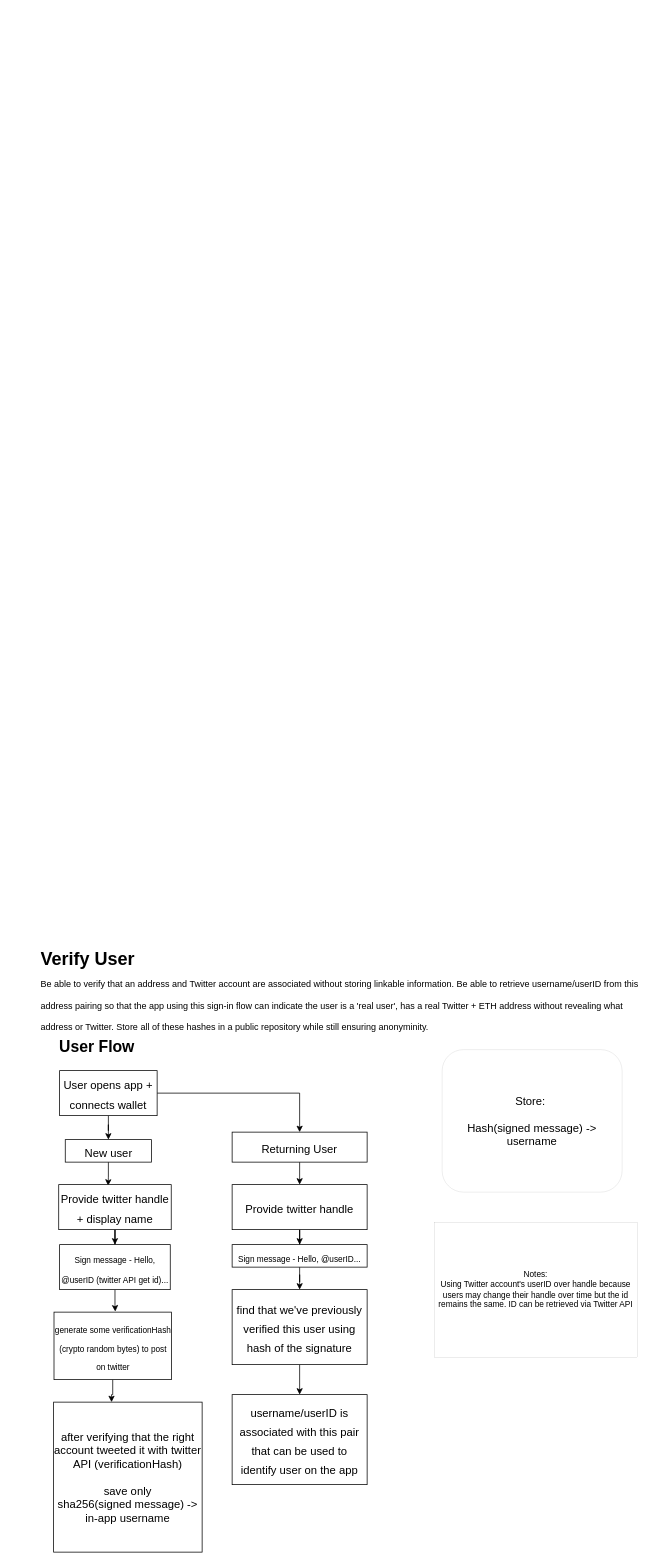
Earlier version of the draw.io diagram verify-user.drawio (straightupjac/verify-user). Source tidied: cells renumbered, new cells numbered last; positions are measured from the earlier drawing's top-left corner, leaving out a move shared by most shapes. Both pictures are drawn from the tidied source at 75%, with x=0, y=0 at pixel (37, 944).
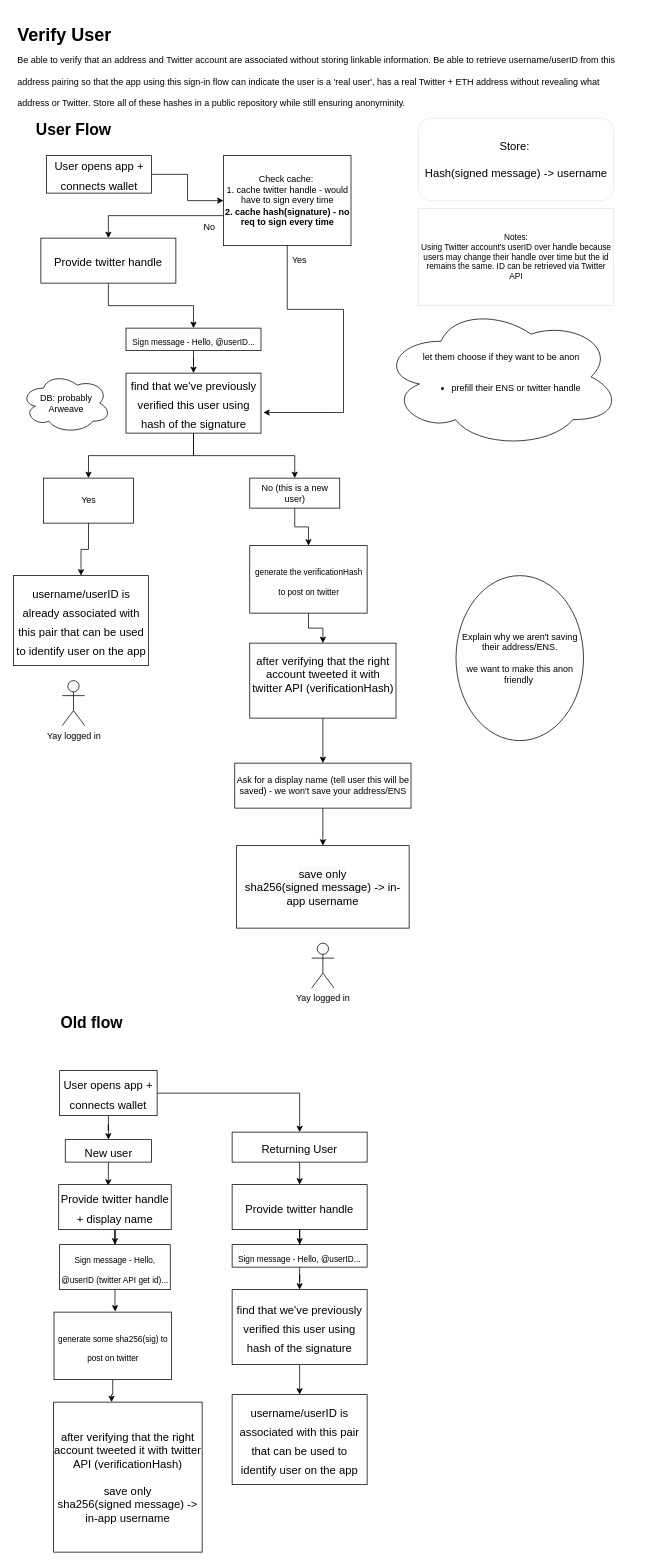
Above is the later version.

The edit, as a diff of the source:
```diff
@@
     <mxCell id="2" value="&lt;h1&gt;&lt;span style=&quot;background-color: initial;&quot;&gt;Verify User&lt;br&gt;&lt;/span&gt;&lt;span style=&quot;font-size: 12px; font-weight: 400;&quot;&gt;Be able to verify that an address and Twitter account are associated without storing linkable information. Be able to retrieve username/userID from this address pairing so that the app using this sign-in flow can indicate the user is a 'real user', has a real Twitter + ETH address without revealing what address or Twitter. Store all of these hashes in a public repository while still ensuring anonyminity.&lt;/span&gt;&lt;/h1&gt;" style="text;html=1;strokeColor=none;fillColor=none;spacing=5;spacingTop=-20;whiteSpace=wrap;overflow=hidden;rounded=0;" parent="1" vertex="1">
-      <mxGeometry width="810" height="120" as="geometry" />
+      <mxGeometry x="-31.5" y="-1232" width="810" height="120" as="geometry" />
     </mxCell>
     <mxCell id="3" value="&lt;b&gt;&lt;font style=&quot;font-size: 21px;&quot;&gt;User Flow&lt;/font&gt;&lt;/b&gt;" style="text;html=1;strokeColor=none;fillColor=none;align=center;verticalAlign=middle;whiteSpace=wrap;rounded=0;" parent="1" vertex="1">
-      <mxGeometry y="120" width="160" height="30" as="geometry" />
+      <mxGeometry x="-31.5" y="-1102" width="160" height="30" as="geometry" />
     </mxCell>
@@
     <mxCell id="21" value="Store:&amp;nbsp;&lt;br&gt;&lt;br&gt;Hash(signed message) -&amp;gt; username" style="rounded=1;whiteSpace=wrap;html=1;fontSize=15;strokeWidth=0;" parent="1" vertex="1">
-      <mxGeometry x="540" y="140" width="240" height="190" as="geometry" />
+      <mxGeometry x="508.5" y="-1102" width="260" height="110" as="geometry" />
     </mxCell>
@@
-    <mxCell id="25" value="&lt;font style=&quot;font-size: 11px;&quot;&gt;generate some verificationHash (crypto random bytes) to post on twitter&lt;/font&gt;" style="rounded=0;whiteSpace=wrap;html=1;fontSize=21;" parent="1" vertex="1">
+    <mxCell id="25" value="&lt;font style=&quot;font-size: 11px;&quot;&gt;generate some sha256(sig) to post on twitter&lt;/font&gt;" style="rounded=0;whiteSpace=wrap;html=1;fontSize=21;" parent="1" vertex="1">
       <mxGeometry x="22.5" y="490" width="156.5" height="90" as="geometry" />
     </mxCell>
     <mxCell id="26" value="Notes:&lt;br&gt;Using Twitter account's userID over handle because users may change their handle over time but the id remains the same. ID can be retrieved via Twitter API" style="whiteSpace=wrap;html=1;fontSize=11;strokeWidth=0;" parent="1" vertex="1">
-      <mxGeometry x="530" y="370" width="270" height="180" as="geometry" />
+      <mxGeometry x="508.5" y="-982" width="260" height="130" as="geometry" />
     </mxCell>
+    <mxCell id="27" style="edgeStyle=orthogonalEdgeStyle;rounded=0;jettySize=auto;html=1;" parent="1" edge="1" source="28" target="46">
+      <mxGeometry relative="1" as="geometry" />
+    </mxCell>
+    <mxCell id="28" value="&lt;span style=&quot;font-size: 15px;&quot;&gt;after verifying that the right account tweeted it with twitter API (verificationHash)&lt;br&gt;&lt;br&gt;&lt;/span&gt;" style="rounded=0;whiteSpace=wrap;html=1;fontSize=11;" parent="1" vertex="1">
+      <mxGeometry x="283.5" y="-402" width="195" height="100" as="geometry" />
+    </mxCell>
+    <mxCell id="29" style="edgeStyle=orthogonalEdgeStyle;rounded=0;jettySize=auto;html=1;entryX=0.5;entryY=0;entryDx=0;entryDy=0;" parent="1" edge="1" source="30" target="36">
+      <mxGeometry relative="1" as="geometry" />
+    </mxCell>
+    <mxCell id="30" value="&lt;font style=&quot;font-size: 15px;&quot;&gt;Provide twitter handle&lt;/font&gt;" style="rounded=0;whiteSpace=wrap;html=1;fontSize=21;" parent="1" vertex="1">
+      <mxGeometry x="5" y="-942" width="180" height="60" as="geometry" />
+    </mxCell>
+    <mxCell id="31" style="edgeStyle=orthogonalEdgeStyle;rounded=0;jettySize=auto;html=1;" parent="1" edge="1" source="33" target="44">
+      <mxGeometry relative="1" as="geometry" />
+    </mxCell>
+    <mxCell id="32" style="edgeStyle=orthogonalEdgeStyle;rounded=0;jettySize=auto;html=1;" parent="1" edge="1" source="33" target="42">
+      <mxGeometry relative="1" as="geometry" />
+    </mxCell>
+    <mxCell id="33" value="&lt;font style=&quot;font-size: 15px;&quot;&gt;find that we've previously verified this user using hash of the signature&lt;/font&gt;" style="rounded=0;whiteSpace=wrap;html=1;fontSize=21;" parent="1" vertex="1">
+      <mxGeometry x="118.5" y="-762" width="180" height="80" as="geometry" />
+    </mxCell>
+    <mxCell id="34" value="&lt;font style=&quot;font-size: 15px;&quot;&gt;username/userID is already associated with this pair that can be used to identify user on the app&lt;/font&gt;" style="rounded=0;whiteSpace=wrap;html=1;fontSize=21;" parent="1" vertex="1">
+      <mxGeometry x="-31.5" y="-492" width="180" height="120" as="geometry" />
+    </mxCell>
+    <mxCell id="35" style="edgeStyle=orthogonalEdgeStyle;rounded=0;jettySize=auto;html=1;entryX=0.5;entryY=0;entryDx=0;entryDy=0;" parent="1" edge="1" source="36" target="33">
+      <mxGeometry relative="1" as="geometry" />
+    </mxCell>
+    <mxCell id="36" value="&lt;span style=&quot;font-size: 11px;&quot;&gt;Sign message - Hello, @userID...&lt;/span&gt;" style="rounded=0;whiteSpace=wrap;html=1;fontSize=21;" parent="1" vertex="1">
+      <mxGeometry x="118.5" y="-822" width="180" height="30" as="geometry" />
+    </mxCell>
+    <mxCell id="37" style="edgeStyle=orthogonalEdgeStyle;rounded=0;jettySize=auto;html=1;" parent="1" edge="1" source="38" target="28">
+      <mxGeometry relative="1" as="geometry" />
+    </mxCell>
+    <mxCell id="38" value="&lt;font style=&quot;font-size: 11px;&quot;&gt;generate the verificationHash to post on twitter&lt;/font&gt;" style="rounded=0;whiteSpace=wrap;html=1;fontSize=21;" parent="1" vertex="1">
+      <mxGeometry x="283.5" y="-532" width="156.5" height="90" as="geometry" />
+    </mxCell>
+    <mxCell id="39" style="edgeStyle=orthogonalEdgeStyle;rounded=0;jettySize=auto;html=1;entryX=0;entryY=0.5;entryDx=0;entryDy=0;" parent="1" edge="1" source="40" target="53">
+      <mxGeometry relative="1" as="geometry" />
+    </mxCell>
+    <mxCell id="40" value="&lt;font style=&quot;font-size: 15px;&quot;&gt;User opens app + connects wallet&lt;/font&gt;" style="rounded=0;whiteSpace=wrap;html=1;fontSize=21;" parent="1" vertex="1">
+      <mxGeometry x="12.5" y="-1052" width="140" height="50" as="geometry" />
+    </mxCell>
+    <mxCell id="41" style="edgeStyle=orthogonalEdgeStyle;rounded=0;jettySize=auto;html=1;" parent="1" edge="1" source="42" target="38">
+      <mxGeometry relative="1" as="geometry" />
+    </mxCell>
+    <mxCell id="42" value="No (this is a new user)" style="rounded=0;whiteSpace=wrap;html=1;" parent="1" vertex="1">
+      <mxGeometry x="283.5" y="-622" width="120" height="40" as="geometry" />
+    </mxCell>
+    <mxCell id="43" style="edgeStyle=orthogonalEdgeStyle;rounded=0;jettySize=auto;html=1;" parent="1" edge="1" source="44" target="34">
+      <mxGeometry relative="1" as="geometry" />
+    </mxCell>
+    <mxCell id="44" value="Yes" style="rounded=0;whiteSpace=wrap;html=1;" parent="1" vertex="1">
+      <mxGeometry x="8.5" y="-622" width="120" height="60" as="geometry" />
+    </mxCell>
+    <mxCell id="45" style="edgeStyle=orthogonalEdgeStyle;rounded=0;jettySize=auto;html=1;" parent="1" edge="1" source="46" target="47">
+      <mxGeometry relative="1" as="geometry" />
+    </mxCell>
+    <mxCell id="46" value="Ask for a display name (tell user this will be saved) - we won't save your address/ENS" style="rounded=0;whiteSpace=wrap;html=1;" parent="1" vertex="1">
+      <mxGeometry x="263.5" y="-242" width="235" height="60" as="geometry" />
+    </mxCell>
+    <mxCell id="47" value="&lt;span style=&quot;color: rgb(0, 0, 0); font-family: Helvetica; font-size: 15px; font-style: normal; font-variant-ligatures: normal; font-variant-caps: normal; font-weight: 400; letter-spacing: normal; orphans: 2; text-align: center; text-indent: 0px; text-transform: none; widows: 2; word-spacing: 0px; -webkit-text-stroke-width: 0px; background-color: rgb(248, 249, 250); text-decoration-thickness: initial; text-decoration-style: initial; text-decoration-color: initial; float: none; display: inline !important;&quot;&gt;save only&lt;/span&gt;&lt;br style=&quot;color: rgb(0, 0, 0); font-family: Helvetica; font-size: 15px; font-style: normal; font-variant-ligatures: normal; font-variant-caps: normal; font-weight: 400; letter-spacing: normal; orphans: 2; text-align: center; text-indent: 0px; text-transform: none; widows: 2; word-spacing: 0px; -webkit-text-stroke-width: 0px; background-color: rgb(248, 249, 250); text-decoration-thickness: initial; text-decoration-style: initial; text-decoration-color: initial;&quot;&gt;&lt;span style=&quot;color: rgb(0, 0, 0); font-family: Helvetica; font-size: 15px; font-style: normal; font-variant-ligatures: normal; font-variant-caps: normal; font-weight: 400; letter-spacing: normal; orphans: 2; text-align: center; text-indent: 0px; text-transform: none; widows: 2; word-spacing: 0px; -webkit-text-stroke-width: 0px; background-color: rgb(248, 249, 250); text-decoration-thickness: initial; text-decoration-style: initial; text-decoration-color: initial; float: none; display: inline !important;&quot;&gt;sha256(signed message) -&amp;gt; in-app username&lt;/span&gt;" style="rounded=0;whiteSpace=wrap;html=1;" parent="1" vertex="1">
+      <mxGeometry x="266" y="-132" width="230" height="110" as="geometry" />
+    </mxCell>
+    <mxCell id="48" value="Explain why we aren't saving their address/ENS.&lt;br&gt;&lt;br&gt;we want to make this anon friendly&amp;nbsp;" style="ellipse;whiteSpace=wrap;html=1;" parent="1" vertex="1">
+      <mxGeometry x="558.5" y="-492" width="170" height="220" as="geometry" />
+    </mxCell>
+    <mxCell id="49" value="let them choose if they want to be anon&lt;br&gt;&lt;br&gt;&lt;ul&gt;&lt;li&gt;prefill their ENS or twitter handle&lt;/li&gt;&lt;/ul&gt;" style="ellipse;shape=cloud;whiteSpace=wrap;html=1;" parent="1" vertex="1">
+      <mxGeometry x="458.5" y="-852" width="320" height="190" as="geometry" />
+    </mxCell>
+    <mxCell id="50" value="&lt;b&gt;&lt;font style=&quot;font-size: 21px;&quot;&gt;Old flow&lt;/font&gt;&lt;/b&gt;" style="text;html=1;strokeColor=none;fillColor=none;align=center;verticalAlign=middle;whiteSpace=wrap;rounded=0;" parent="1" vertex="1">
+      <mxGeometry x="-7.5" y="88" width="160" height="30" as="geometry" />
+    </mxCell>
+    <mxCell id="51" style="edgeStyle=orthogonalEdgeStyle;rounded=0;jettySize=auto;html=1;entryX=0.5;entryY=0;entryDx=0;entryDy=0;" parent="1" edge="1" source="53" target="30">
+      <mxGeometry relative="1" as="geometry">
+        <Array as="points">
+          <mxPoint x="95.5" y="-972" />
+        </Array>
+      </mxGeometry>
+    </mxCell>
+    <mxCell id="52" style="edgeStyle=orthogonalEdgeStyle;rounded=0;jettySize=auto;html=1;entryX=1.017;entryY=0.656;entryDx=0;entryDy=0;entryPerimeter=0;" parent="1" edge="1" source="53" target="33">
+      <mxGeometry relative="1" as="geometry">
+        <Array as="points">
+          <mxPoint x="333.5" y="-847" />
+          <mxPoint x="408.5" y="-847" />
+          <mxPoint x="408.5" y="-709" />
+        </Array>
+      </mxGeometry>
+    </mxCell>
+    <mxCell id="53" value="Check cache:&amp;nbsp;&lt;br&gt;1. cache twitter handle - would have to sign every time&lt;br&gt;&lt;b&gt;2. cache hash(signature) - no req to sign every time&lt;/b&gt;" style="rounded=0;whiteSpace=wrap;html=1;" parent="1" vertex="1">
+      <mxGeometry x="248.5" y="-1052" width="170" height="120" as="geometry" />
+    </mxCell>
+    <mxCell id="54" value="DB: probably Arweave" style="ellipse;shape=cloud;whiteSpace=wrap;html=1;" parent="1" vertex="1">
+      <mxGeometry x="-21.5" y="-762" width="120" height="80" as="geometry" />
+    </mxCell>
+    <mxCell id="55" value="Yes" style="text;html=1;strokeColor=none;fillColor=none;align=center;verticalAlign=middle;whiteSpace=wrap;rounded=0;" parent="1" vertex="1">
+      <mxGeometry x="320" y="-927" width="60" height="30" as="geometry" />
+    </mxCell>
+    <mxCell id="56" value="No" style="text;html=1;strokeColor=none;fillColor=none;align=center;verticalAlign=middle;whiteSpace=wrap;rounded=0;" parent="1" vertex="1">
+      <mxGeometry x="200" y="-972" width="60" height="30" as="geometry" />
+    </mxCell>
+    <mxCell id="57" value="Yay logged in" style="shape=umlActor;verticalLabelPosition=bottom;verticalAlign=top;html=1;" parent="1" vertex="1">
+      <mxGeometry x="33.5" y="-352" width="30" height="60" as="geometry" />
+    </mxCell>
+    <mxCell id="58" value="Yay logged in" style="shape=umlActor;verticalLabelPosition=bottom;verticalAlign=top;html=1;" parent="1" vertex="1">
+      <mxGeometry x="366" y="-2" width="30" height="60" as="geometry" />
+    </mxCell>
```
